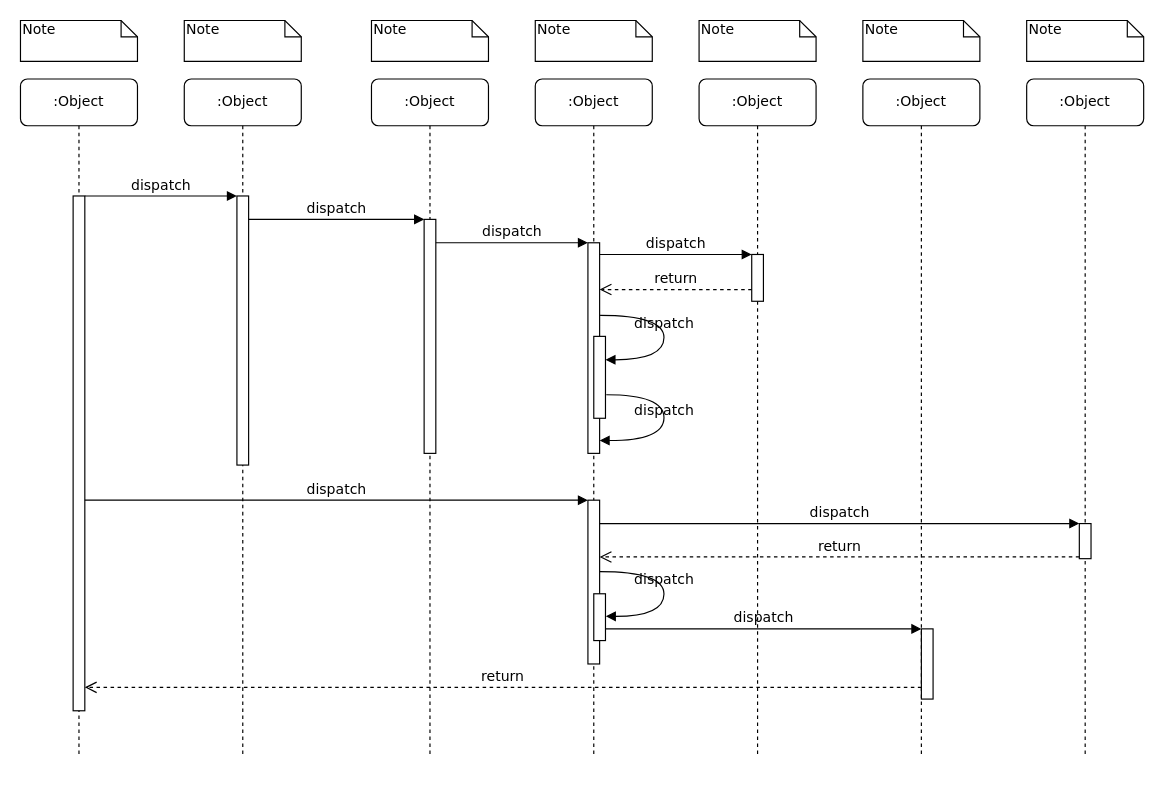
Earlier version of the draw.io diagram Untitled Diagram.drawio (Cal-ly/PizzaStore). Source tidied: cells renumbered, new cells numbered last; positions are measured from the earlier drawing's top-left corner, leaving out a move shared by most shapes. Both pictures are drawn from the tidied source at 117%, with x=0, y=0 at pixel (20, 20).
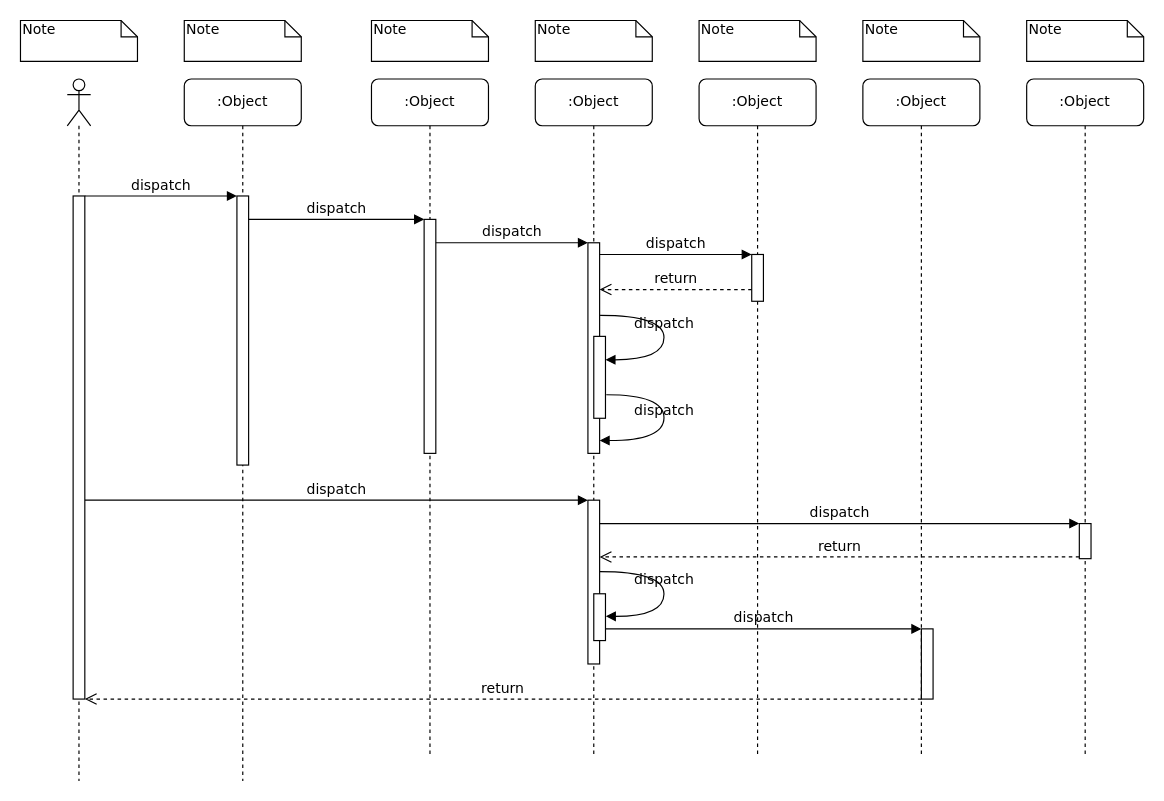
After the change.

The change refers to these unchanged cells:
```xml
<mxCell id="22" style="html=1;points=[];perimeter=orthogonalPerimeter;rounded=0;shadow=0;comic=0;labelBackgroundColor=none;strokeWidth=1;fontFamily=Verdana;fontSize=12;align=center;" parent="1" vertex="1">
  <mxGeometry x="770" y="520" width="10" height="60" as="geometry" />
</mxCell>
```

The edit, as a diff of the source:
```diff
@@
+    <mxCell id="39" style="shape=umlLifeline;perimeter=lifelinePerimeter;whiteSpace=wrap;html=1;newEdgeStyle={&quot;curved&quot;:0,&quot;rounded&quot;:0};participant=umlActor;" parent="1" vertex="1">
+      <mxGeometry x="40" y="50" width="20" height="600" as="geometry" />
+    </mxCell>
     <mxCell id="2" value=":Object" style="shape=umlLifeline;perimeter=lifelinePerimeter;whiteSpace=wrap;html=1;rounded=1;shadow=0;comic=0;labelBackgroundColor=none;strokeWidth=1;fontFamily=Verdana;fontSize=12;align=center;" parent="1" vertex="1">
-      <mxGeometry x="140" y="50" width="100" height="580" as="geometry" />
+      <mxGeometry x="140" y="50" width="100" height="600" as="geometry" />
     </mxCell>
@@
-    <mxCell id="10" value=":Object" style="shape=umlLifeline;perimeter=lifelinePerimeter;whiteSpace=wrap;html=1;rounded=1;shadow=0;comic=0;labelBackgroundColor=none;strokeWidth=1;fontFamily=Verdana;fontSize=12;align=center;" parent="1" vertex="1">
-      <mxGeometry y="50" width="100" height="580" as="geometry" />
-    </mxCell>
-    <mxCell id="11" style="html=1;points=[];perimeter=orthogonalPerimeter;rounded=0;shadow=0;comic=0;labelBackgroundColor=none;strokeWidth=1;fontFamily=Verdana;fontSize=12;align=center;" parent="10" vertex="1">
-      <mxGeometry x="45" y="100" width="10" height="440" as="geometry" />
-    </mxCell>
@@
-    <mxCell id="24" value="return" style="html=1;verticalAlign=bottom;endArrow=open;dashed=1;endSize=8;labelBackgroundColor=none;fontFamily=Verdana;fontSize=12;edgeStyle=elbowEdgeStyle;elbow=vertical;" parent="1" edge="1" source="22" target="11">
+    <mxCell id="24" value="return" style="html=1;verticalAlign=bottom;endArrow=open;dashed=1;endSize=8;labelBackgroundColor=none;fontFamily=Verdana;fontSize=12;edgeStyle=elbowEdgeStyle;elbow=vertical;" parent="1" edge="1">
       <mxGeometry relative="1" as="geometry">
+        <mxPoint x="770" y="580" as="sourcePoint" />
+        <mxPoint x="55" y="580" as="targetPoint" />
         <Array as="points">
-          <mxPoint x="470" y="570" />
+          <mxPoint x="470" y="580" />
         </Array>
       </mxGeometry>
     </mxCell>
@@
+    <mxCell id="11" style="html=1;points=[];perimeter=orthogonalPerimeter;rounded=0;shadow=0;comic=0;labelBackgroundColor=none;strokeWidth=1;fontFamily=Verdana;fontSize=12;align=center;" parent="1" vertex="1">
+      <mxGeometry x="45" y="150" width="10" height="430" as="geometry" />
+    </mxCell>
```
